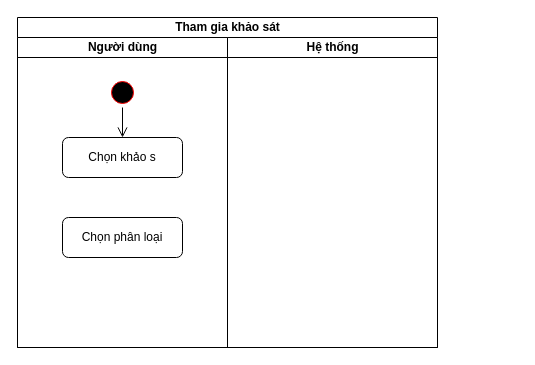
Above: page "Tham gia" (2 of 2) of activity diagram/Khảo sát.drawio in kienndhn/draw-io (draw.io), before the change. Source tidied: cells renumbered, new cells numbered last; positions are measured from the earlier drawing's top-left corner, leaving out a move shared by most shapes. Both pictures are drawn from the tidied source at 100%, with x=0, y=0 at pixel (17, 17).
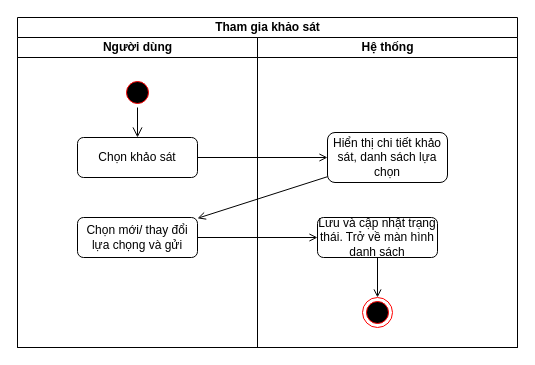
Above is the later version.

Diff of the diagram source:
```diff
@@
 <mxGraphModel>
   <root>
     <mxCell id="0" />
     <mxCell id="1" parent="0" />
     <mxCell id="2" value="Tham gia khảo sát" style="swimlane;startSize=20;html=1;" parent="1" vertex="1">
-      <mxGeometry width="420" height="330" as="geometry" />
+      <mxGeometry width="500" height="330" as="geometry" />
     </mxCell>
     <mxCell id="3" value="Người dùng" style="swimlane;startSize=20;html=1;" parent="2" vertex="1">
-      <mxGeometry y="20" width="210" height="310" as="geometry" />
+      <mxGeometry y="20" width="240" height="310" as="geometry" />
     </mxCell>
     <mxCell id="4" style="ellipse;html=1;shape=startState;fillColor=#000000;strokeColor=#ff0000;" parent="3" vertex="1">
-      <mxGeometry x="90" y="40" width="30" height="30" as="geometry" />
+      <mxGeometry x="105" y="40" width="30" height="30" as="geometry" />
     </mxCell>
     <mxCell id="5" style="edgeStyle=orthogonalEdgeStyle;html=1;verticalAlign=bottom;endArrow=open;endSize=8;strokeColor=#000000;rounded=0;entryX=0.5;entryY=0;entryDx=0;entryDy=0;" parent="3" edge="1" source="4" target="6">
       <mxGeometry relative="1" as="geometry" />
     </mxCell>
-    <mxCell id="6" value="Chọn khảo s" style="rounded=1;whiteSpace=wrap;html=1;" parent="3" vertex="1">
-      <mxGeometry x="45" y="100" width="120" height="40" as="geometry" />
+    <mxCell id="6" value="Chọn khảo sát" style="rounded=1;whiteSpace=wrap;html=1;" parent="3" vertex="1">
+      <mxGeometry x="60" y="100" width="120" height="40" as="geometry" />
     </mxCell>
-    <mxCell id="7" value="Chọn phân loại" style="rounded=1;whiteSpace=wrap;html=1;" parent="3" vertex="1">
-      <mxGeometry x="45" y="180" width="120" height="40" as="geometry" />
+    <mxCell id="7" value="Chọn mới/ thay đổi lựa chọng và gửi" style="rounded=1;whiteSpace=wrap;html=1;" parent="3" vertex="1">
+      <mxGeometry x="60" y="180" width="120" height="40" as="geometry" />
     </mxCell>
+    <mxCell id="9" style="edgeStyle=orthogonalEdgeStyle;rounded=0;jettySize=auto;html=1;endArrow=open;endFill=0;" parent="2" edge="1" source="6" target="10">
+      <mxGeometry relative="1" as="geometry" />
+    </mxCell>
     <mxCell id="8" value="Hệ thống" style="swimlane;startSize=20;html=1;" parent="2" vertex="1">
-      <mxGeometry x="210" y="20" width="210" height="310" as="geometry" />
+      <mxGeometry x="240" y="20" width="260" height="310" as="geometry" />
     </mxCell>
+    <mxCell id="10" value="Hiển thị chi tiết khảo sát, danh sách lựa chọn" style="rounded=1;whiteSpace=wrap;html=1;" parent="8" vertex="1">
+      <mxGeometry x="70" y="95" width="120" height="50" as="geometry" />
+    </mxCell>
+    <mxCell id="11" style="edgeStyle=none;rounded=0;jettySize=auto;html=1;endArrow=open;endFill=0;" parent="8" edge="1" source="12" target="13">
+      <mxGeometry relative="1" as="geometry" />
+    </mxCell>
+    <mxCell id="12" value="Lưu và cập nhật trạng thái. Trở về màn hình danh sách" style="rounded=1;whiteSpace=wrap;html=1;" parent="8" vertex="1">
+      <mxGeometry x="60" y="180" width="120" height="40" as="geometry" />
+    </mxCell>
+    <mxCell id="13" style="ellipse;html=1;shape=endState;fillColor=#000000;strokeColor=#ff0000;" parent="8" vertex="1">
+      <mxGeometry x="105" y="260" width="30" height="30" as="geometry" />
+    </mxCell>
+    <mxCell id="14" style="rounded=0;jettySize=auto;html=1;endArrow=open;endFill=0;" parent="2" edge="1" source="10" target="7">
+      <mxGeometry relative="1" as="geometry" />
+    </mxCell>
+    <mxCell id="15" style="edgeStyle=none;rounded=0;jettySize=auto;html=1;endArrow=open;endFill=0;" parent="2" edge="1" source="7" target="12">
+      <mxGeometry relative="1" as="geometry" />
+    </mxCell>
   </root>
 </mxGraphModel>
```
